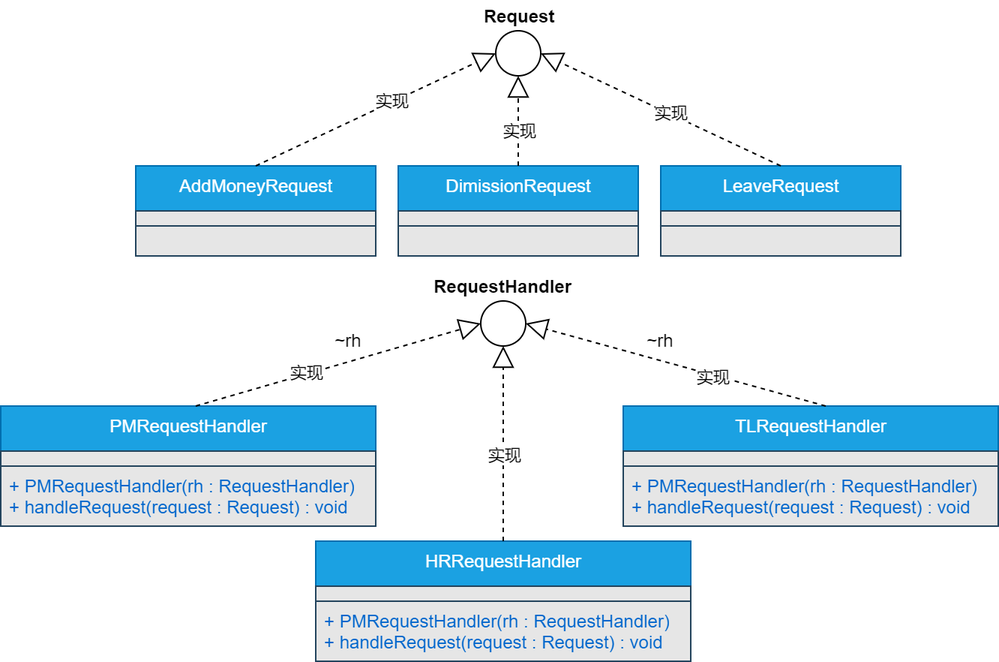
binghe001/BingheGuide keeps this draw.io diagram as docs/.vuepress/public/assets/images/core/design/2023-07-21-001.png. Above is the earlier version. Source tidied: cells renumbered, new cells last; positions are measured from the earlier drawing's top-left corner, leaving out a move shared by most shapes.
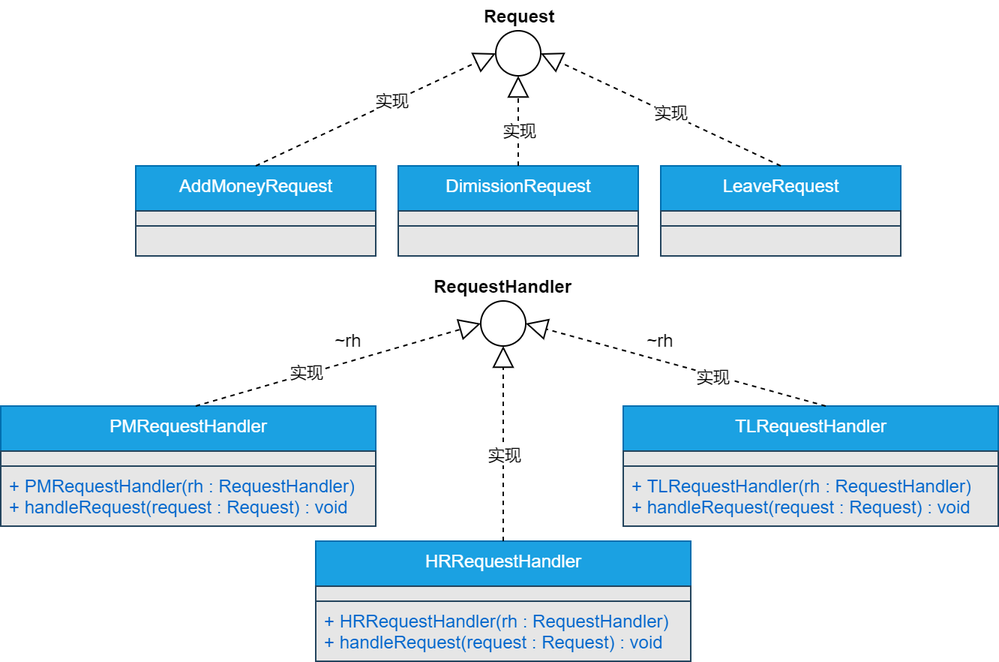
Above is the later version.

Commit message:
feat: 更新《Java极简设计模式》第13章

Diff of the diagram source:
```diff
@@ -74,7 +74,7 @@
     <mxCell id="25" style="text;html=1;strokeColor=#23445d;align=left;verticalAlign=middle;spacingLeft=4;spacingRight=4;overflow=hidden;fontColor=#0066CC;fillColor=#E6E6E6;" parent="24" vertex="1">
       <mxGeometry y="30" width="250" height="10" as="geometry" />
     </mxCell>
-    <mxCell id="26" value="+ PMRequestHandler(rh : RequestHandler)&lt;br&gt;+ handleRequest(request : Request) : void" style="text;html=1;strokeColor=#23445d;fillColor=#E6E6E6;align=left;verticalAlign=middle;spacingLeft=4;spacingRight=4;overflow=hidden;fontColor=#0066CC;" parent="24" vertex="1">
+    <mxCell id="26" value="+ HRRequestHandler(rh : RequestHandler)&lt;br&gt;+ handleRequest(request : Request) : void" style="text;html=1;strokeColor=#23445d;fillColor=#E6E6E6;align=left;verticalAlign=middle;spacingLeft=4;spacingRight=4;overflow=hidden;fontColor=#0066CC;" parent="24" vertex="1">
       <mxGeometry y="40" width="250" height="40" as="geometry" />
     </mxCell>
     <mxCell id="27" value="TLRequestHandler" style="swimlane;fontStyle=0;align=center;verticalAlign=top;horizontal=1;startSize=30;html=1;strokeColor=#006EAF;fillColor=#1ba1e2;fontColor=#ffffff;" parent="1" vertex="1">
@@ -83,7 +83,7 @@
     <mxCell id="28" style="text;html=1;strokeColor=#23445d;align=left;verticalAlign=middle;spacingLeft=4;spacingRight=4;overflow=hidden;fontColor=#0066CC;fillColor=#E6E6E6;" parent="27" vertex="1">
       <mxGeometry y="30" width="250" height="10" as="geometry" />
     </mxCell>
-    <mxCell id="29" value="+ PMRequestHandler(rh : RequestHandler)&lt;br&gt;+ handleRequest(request : Request) : void" style="text;html=1;strokeColor=#23445d;fillColor=#E6E6E6;align=left;verticalAlign=middle;spacingLeft=4;spacingRight=4;overflow=hidden;fontColor=#0066CC;" parent="27" vertex="1">
+    <mxCell id="29" value="+ TLRequestHandler(rh : RequestHandler)&lt;br&gt;+ handleRequest(request : Request) : void" style="text;html=1;strokeColor=#23445d;fillColor=#E6E6E6;align=left;verticalAlign=middle;spacingLeft=4;spacingRight=4;overflow=hidden;fontColor=#0066CC;" parent="27" vertex="1">
       <mxGeometry y="40" width="250" height="40" as="geometry" />
     </mxCell>
     <mxCell id="30" style="endArrow=block;dashed=1;endFill=0;endSize=12;html=1;entryX=0;entryY=0.5;entryDx=0;entryDy=0;exitX=0.5;exitY=0;exitDx=0;exitDy=0;" parent="1" edge="1" target="19">
```
